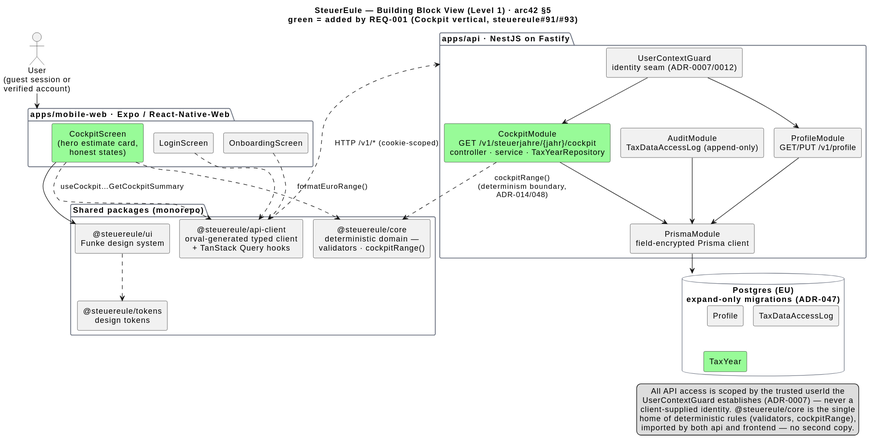
NexusHero/Steuereule keeps this PlantUML diagram as docs/arc42/building-block-view.svg. Above is the earlier version.
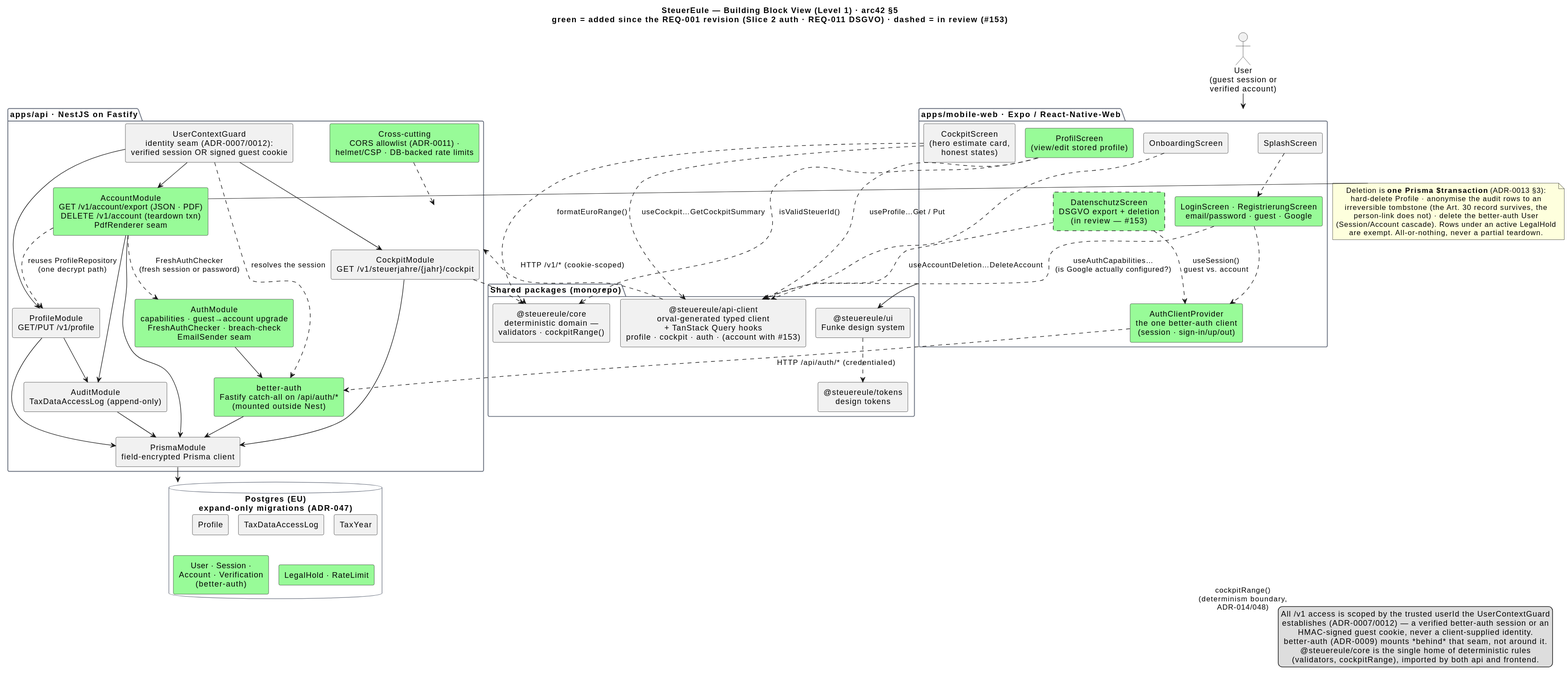
Later version of the same file.

Commit message:
docs(arc42): bring §5 up to the auth stack and the DSGVO account surface

Diff of the diagram source:
```diff
@@ -6,60 +6,97 @@
 skinparam rectangleBorderColor #6b7280
 skinparam packageBorderColor #6b7280
 
-title SteuerEule — Building Block View (Level 1) · arc42 §5\ngreen = added by REQ-001 (Cockpit vertical, steuereule#91/#93)
+title SteuerEule — Building Block View (Level 1) · arc42 §5\ngreen = added since the REQ-001 revision (Slice 2 auth · REQ-011 DSGVO) · dashed = in review (#153)
 
 actor "User\n(guest session or\nverified account)" as user
 
 package "apps/mobile-web  ·  Expo / React-Native-Web" as fe {
-  component "LoginScreen" as login
+  component "SplashScreen" as splash
+  component "LoginScreen · RegistrierungScreen\nemail/password · guest · Google" as login #palegreen
   component "OnboardingScreen" as onb
-  component "CockpitScreen\n(hero estimate card,\nhonest states)" as cockpitScreen #palegreen
+  component "CockpitScreen\n(hero estimate card,\nhonest states)" as cockpitScreen
+  component "ProfilScreen\n(view/edit stored profile)" as profilScreen #palegreen
+  component "DatenschutzScreen\nDSGVO export + deletion\n(in review — #153)" as datenschutzScreen #palegreen;line.dashed
+  component "AuthClientProvider\nthe one better-auth client\n(session · sign-in/up/out)" as authClient #palegreen
 }
 
 package "Shared packages (monorepo)" as pkgs {
   component "@steuereule/core\ndeterministic domain —\nvalidators · cockpitRange()" as core
-  component "@steuereule/api-client\norval-generated typed client\n+ TanStack Query hooks" as apiclient
+  component "@steuereule/api-client\norval-generated typed client\n+ TanStack Query hooks\nprofile · cockpit · auth · (account with #153)" as apiclient
   component "@steuereule/ui\nFunke design system" as ui
   component "@steuereule/tokens\ndesign tokens" as tokens
 }
 
 package "apps/api  ·  NestJS on Fastify" as api {
-  component "UserContextGuard\nidentity seam (ADR-0007/0012)" as guard
+  component "better-auth\nFastify catch-all on /api/auth/*\n(mounted outside Nest)" as betterauth #palegreen
+  component "UserContextGuard\nidentity seam (ADR-0007/0012):\nverified session OR signed guest cookie" as guard
+  component "AuthModule\ncapabilities · guest→account upgrade\nFreshAuthChecker · breach-check\nEmailSender seam" as authMod #palegreen
   component "ProfileModule\nGET/PUT /v1/profile" as profile
-  component "CockpitModule\nGET /v1/steuerjahre/{jahr}/cockpit\ncontroller · service · TaxYearRepository" as cockpitMod #palegreen
+  component "CockpitModule\nGET /v1/steuerjahre/{jahr}/cockpit" as cockpitMod
+  component "AccountModule\nGET /v1/account/export (JSON · PDF)\nDELETE /v1/account (teardown txn)\nPdfRenderer seam" as accountMod #palegreen
   component "AuditModule\nTaxDataAccessLog (append-only)" as audit
   component "PrismaModule\nfield-encrypted Prisma client" as prisma
+  component "Cross-cutting\nCORS allowlist (ADR-0011) ·\nhelmet/CSP · DB-backed rate limits" as crosscut #palegreen
 }
 
 database "Postgres (EU)\nexpand-only migrations (ADR-047)" as db {
   component "Profile" as tProfile
   component "TaxDataAccessLog" as tAudit
-  component "TaxYear" as tTaxYear #palegreen
+  component "TaxYear" as tTaxYear
+  component "User · Session ·\nAccount · Verification\n(better-auth)" as tAuth #palegreen
+  component "LegalHold · RateLimit" as tHold #palegreen
 }
 
 user --> fe
-login ..> apiclient
+splash ..> login
+login ..> authClient
+login ..> apiclient : useAuthCapabilities…\n(is Google actually configured?)
 onb ..> apiclient
 cockpitScreen ..> apiclient : useCockpit…GetCockpitSummary
-cockpitScreen --> ui
 cockpitScreen ..> core : formatEuroRange()
+profilScreen ..> apiclient : useProfile…Get / Put
+profilScreen ..> core : isValidSteuerId()
+datenschutzScreen ..> apiclient : useAccountDeletion…DeleteAccount
+datenschutzScreen ..> authClient : useSession()\nguest vs. account
+fe --> ui
 ui ..> tokens
 
+authClient ..> betterauth : HTTP  /api/auth/*  (credentialed)
 apiclient ..> api : HTTP  /v1/*  (cookie-scoped)
 
+betterauth --> prisma
+guard ..> betterauth : resolves the session
 guard --> profile
 guard --> cockpitMod
+guard --> accountMod
+authMod --> betterauth
 profile --> prisma
+profile --> audit
 cockpitMod ..> core : cockpitRange()\n(determinism boundary,\nADR-014/048)
 cockpitMod --> prisma
+accountMod ..> profile : reuses ProfileRepository\n(one decrypt path)
+accountMod --> audit
+accountMod ..> authMod : FreshAuthChecker\n(fresh session or password)
+accountMod --> prisma
 audit --> prisma
 prisma --> db
+crosscut ..> api
+
+note right of accountMod
+  Deletion is **one Prisma $transaction** (ADR-0013 §3):
+  hard-delete Profile · anonymise the audit rows to an
+  irreversible tombstone (the Art. 30 record survives, the
+  person-link does not) · delete the better-auth User
+  (Session/Account cascade). Rows under an active LegalHold
+  are exempt. All-or-nothing, never a partial teardown.
+end note
 
 legend right
-  All API access is scoped by the trusted userId the
-  UserContextGuard establishes (ADR-0007) — never a
-  client-supplied identity. @steuereule/core is the single
-  home of deterministic rules (validators, cockpitRange),
-  imported by both api and frontend — no second copy.
+  All /v1 access is scoped by the trusted userId the UserContextGuard
+  establishes (ADR-0007/0012) — a verified better-auth session or an
+  HMAC-signed guest cookie, never a client-supplied identity.
+  better-auth (ADR-0009) mounts *behind* that seam, not around it.
+  @steuereule/core is the single home of deterministic rules
+  (validators, cockpitRange), imported by both api and frontend.
 endlegend
 @enduml
```
